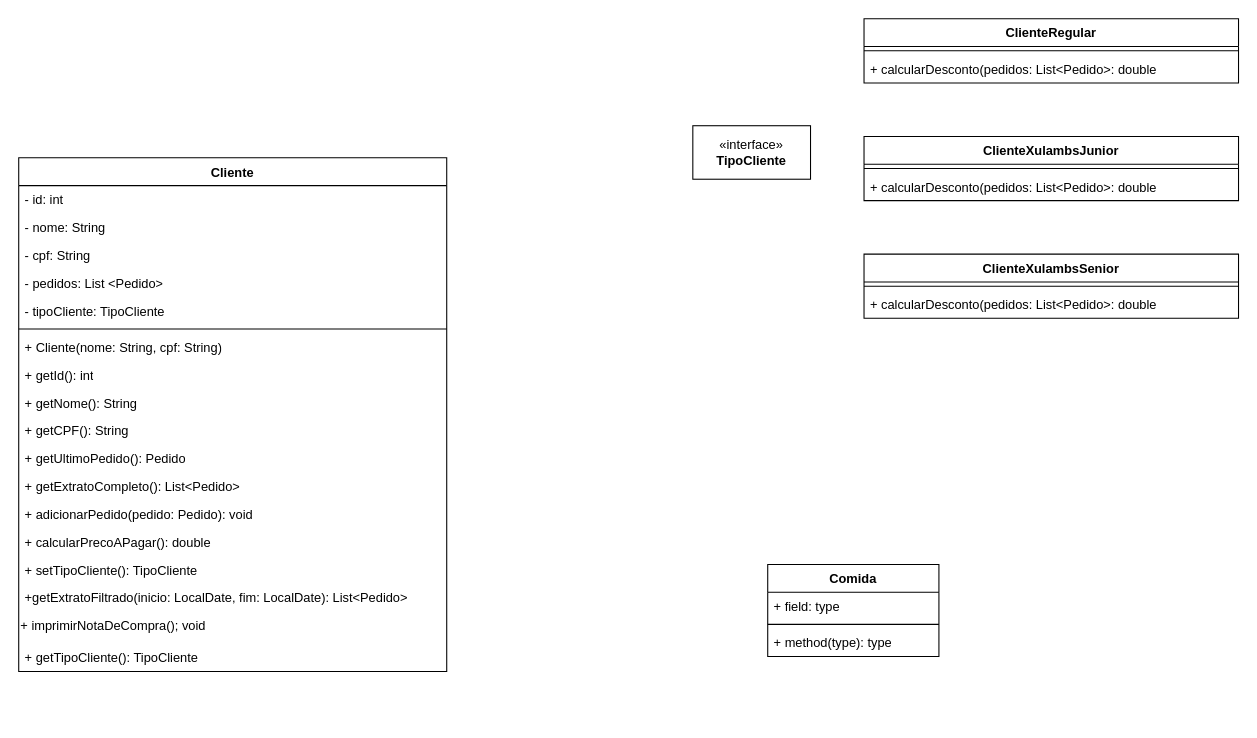
Hitalo27/Petshop keeps this draw.io diagram as Diagrama sem nome.drawio. Above is the earlier version. Source tidied: cells renumbered, new cells numbered last; positions are measured from the earlier drawing's top-left corner, leaving out a move shared by most shapes. Both pictures are drawn from the tidied source at 107%, with x=0, y=0 at pixel (18, 18).
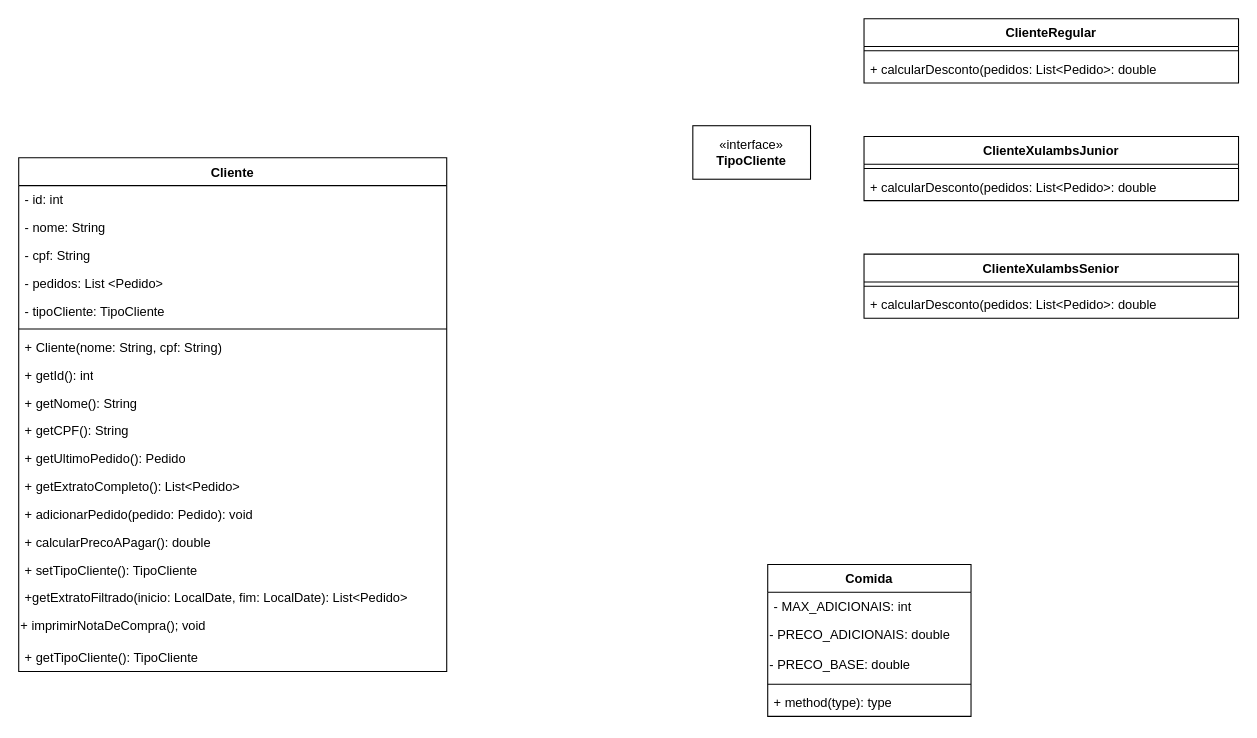
Above is the later version.

The edit, as a diff of the source:
```diff
@@
     <mxCell id="31" value="Comida" style="swimlane;fontStyle=1;align=center;verticalAlign=top;horizontal=1;startSize=26;whiteSpace=wrap;html=1;" parent="1" vertex="1">
-      <mxGeometry x="700" y="510" width="160" height="86" as="geometry" />
+      <mxGeometry x="700" y="510" width="190" height="142" as="geometry" />
     </mxCell>
-    <mxCell id="32" value="+ field: type" style="text;strokeColor=none;fillColor=none;align=left;verticalAlign=top;spacingLeft=4;spacingRight=4;overflow=hidden;whiteSpace=wrap;html=1;" parent="31" vertex="1">
-      <mxGeometry y="26" width="160" height="26" as="geometry" />
+    <mxCell id="32" value="- MAX_ADICIONAIS: int" style="text;strokeColor=none;fillColor=none;align=left;verticalAlign=top;spacingLeft=4;spacingRight=4;overflow=hidden;whiteSpace=wrap;html=1;" parent="31" vertex="1">
+      <mxGeometry y="26" width="190" height="26" as="geometry" />
     </mxCell>
+    <mxCell id="35" value="- PRECO_ADICIONAIS: double" style="text;whiteSpace=wrap;html=1;" parent="31" vertex="1">
+      <mxGeometry y="52" width="190" height="28" as="geometry" />
+    </mxCell>
+    <mxCell id="36" value="- PRECO_BASE: double" style="text;whiteSpace=wrap;html=1;" parent="31" vertex="1">
+      <mxGeometry y="80" width="190" height="28" as="geometry" />
+    </mxCell>
     <mxCell id="33" style="line;strokeWidth=1;fillColor=none;align=left;verticalAlign=middle;spacingTop=-1;spacingLeft=3;spacingRight=3;labelPosition=right;strokeColor=inherit;" parent="31" vertex="1">
-      <mxGeometry y="52" width="160" height="8" as="geometry" />
+      <mxGeometry y="108" width="190" height="8" as="geometry" />
     </mxCell>
     <mxCell id="34" value="+ method(type): type" style="text;strokeColor=none;fillColor=none;align=left;verticalAlign=top;spacingLeft=4;spacingRight=4;overflow=hidden;whiteSpace=wrap;html=1;" parent="31" vertex="1">
-      <mxGeometry y="60" width="160" height="26" as="geometry" />
+      <mxGeometry y="116" width="190" height="26" as="geometry" />
     </mxCell>
```
